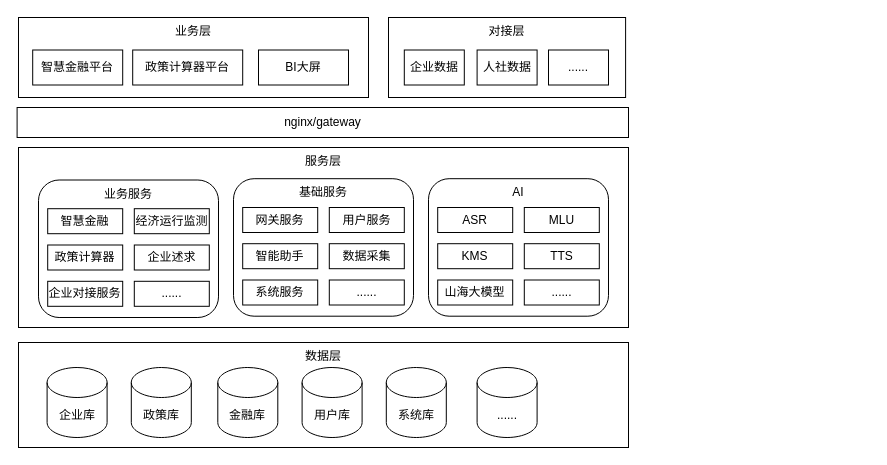
This is yzs/智慧金融.drawio from yanglei1992/documents, a draw.io file, before an edit. Source tidied: cells renumbered, new cells numbered last; positions are measured from the earlier drawing's top-left corner, leaving out a move shared by most shapes. Both pictures are drawn from the tidied source at 100%, with x=0, y=0 at pixel (17, 17).
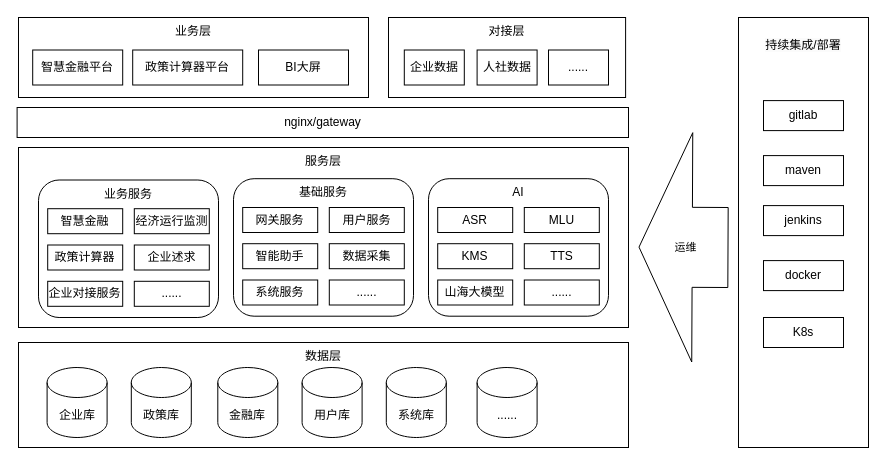
After the change.

Commit message (it also covers changes not shown here):
更新智慧金融.drawio

Diff of the diagram source:
```diff
@@
+    <mxCell id="40" value="&#10;&lt;span style=&quot;color: rgb(0, 0, 0); font-family: Helvetica; font-size: 12px; font-style: normal; font-variant-ligatures: normal; font-variant-caps: normal; font-weight: 400; letter-spacing: normal; orphans: 2; text-align: center; text-indent: 0px; text-transform: none; widows: 2; word-spacing: 0px; -webkit-text-stroke-width: 0px; background-color: rgb(251, 251, 251); text-decoration-thickness: initial; text-decoration-style: initial; text-decoration-color: initial; float: none; display: inline !important;&quot;&gt;持续集成/部署&lt;/span&gt;&#10;&#10;" style="rounded=0;whiteSpace=wrap;html=1;verticalAlign=top;" parent="1" vertex="1">
+      <mxGeometry x="721" width="130" height="430" as="geometry" />
+    </mxCell>
+    <mxCell id="41" value="gitlab" style="rounded=0;whiteSpace=wrap;html=1;" parent="1" vertex="1">
+      <mxGeometry x="746" y="83.1" width="80" height="30" as="geometry" />
+    </mxCell>
+    <mxCell id="42" value="maven" style="rounded=0;whiteSpace=wrap;html=1;" parent="1" vertex="1">
+      <mxGeometry x="746" y="138.1" width="80" height="30" as="geometry" />
+    </mxCell>
+    <mxCell id="43" value="jenkins" style="rounded=0;whiteSpace=wrap;html=1;" parent="1" vertex="1">
+      <mxGeometry x="746" y="188.1" width="80" height="30" as="geometry" />
+    </mxCell>
+    <mxCell id="44" value="docker" style="rounded=0;whiteSpace=wrap;html=1;" parent="1" vertex="1">
+      <mxGeometry x="746" y="243.1" width="80" height="30" as="geometry" />
+    </mxCell>
+    <mxCell id="45" value="K8s" style="rounded=0;whiteSpace=wrap;html=1;" parent="1" vertex="1">
+      <mxGeometry x="746" y="300" width="80" height="30" as="geometry" />
+    </mxCell>
+    <mxCell id="46" style="shape=flexArrow;endArrow=classic;html=1;rounded=0;endWidth=148.33333333333334;endSize=17.416666666666668;width=80;" parent="1" edge="1">
+      <mxGeometry relative="1" as="geometry">
+        <mxPoint x="711" y="230" as="sourcePoint" />
+        <mxPoint x="621" y="229.6" as="targetPoint" />
+      </mxGeometry>
+    </mxCell>
+    <mxCell id="47" value="运维" style="edgeLabel;html=1;align=center;verticalAlign=middle;" parent="46" vertex="1">
+      <mxGeometry x="0.31" relative="1" as="geometry">
+        <mxPoint x="15" as="offset" />
+      </mxGeometry>
+    </mxCell>
```
